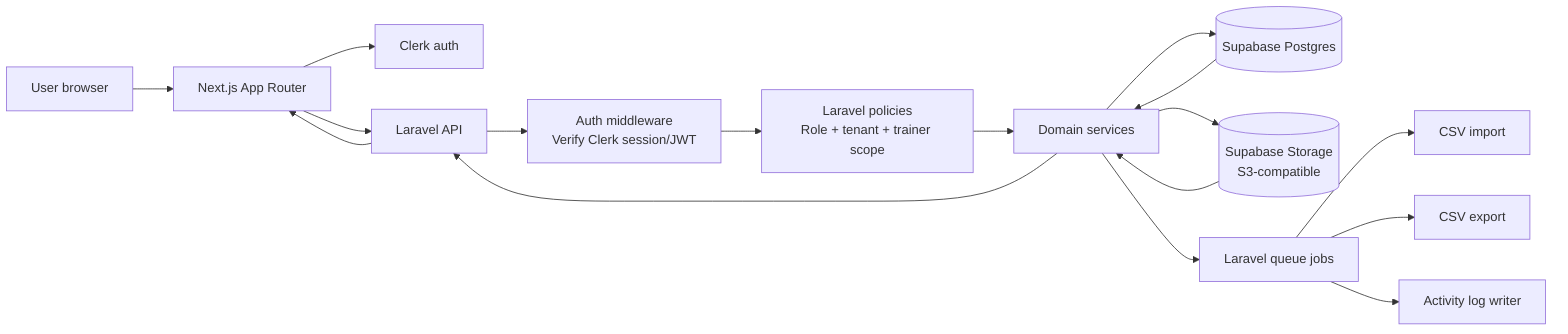
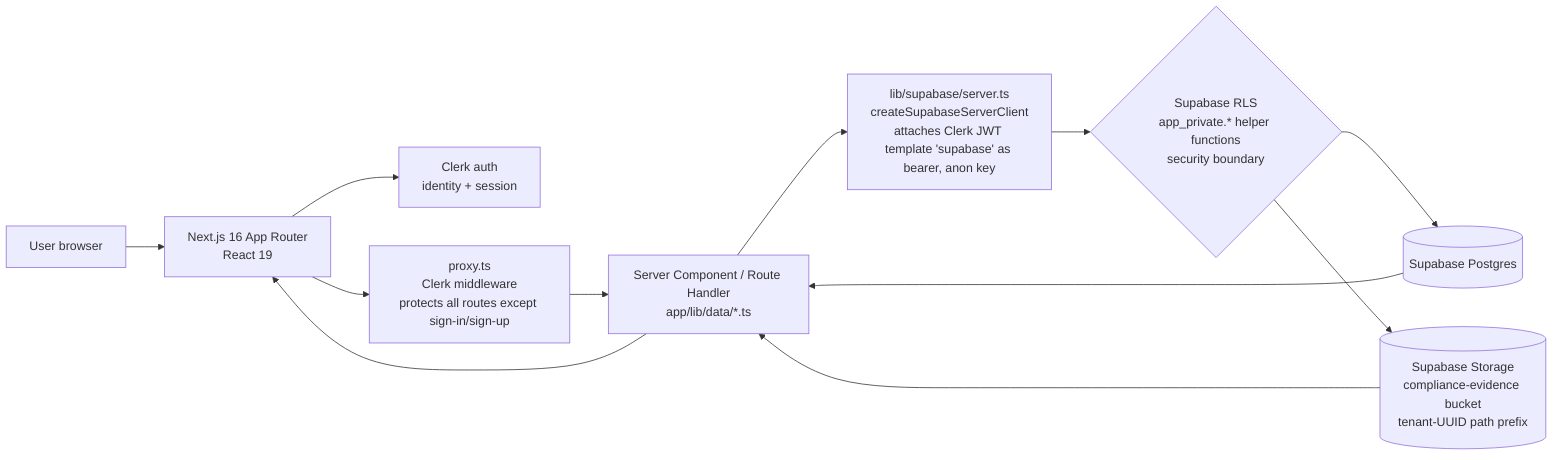
+ %% CURRENT architecture — matches CLAUDE.md "Architecture" section.
+ %% No separate backend exists. See "flowchart LR.mmd" for the future
+ %% Express.js-integration plan (TES-58, Backlog, not started).
flowchart LR
-   User[User browser] --> Next[Next.js App Router]
-   Next --> Clerk[Clerk auth]
-   Next --> API[Laravel API]
+   User[User browser] --> Next[Next.js 16 App Router<br/>React 19]
+   Next --> Clerk[Clerk auth<br/>identity + session]

-   API --> Auth[Auth middleware<br/>Verify Clerk session/JWT]
-   Auth --> Policy[Laravel policies<br/>Role + tenant + trainer scope]
+   Next --> Proxy[proxy.ts<br/>Clerk middleware<br/>protects all routes except sign-in/sign-up]
+   Proxy --> Server[Server Component / Route Handler<br/>app/lib/data/*.ts]

-   Policy --> Services[Domain services]
-   Services --> DB[(Supabase Postgres)]
-   Services --> Storage[(Supabase Storage<br/>S3-compatible)]
-   Services --> Queue[Laravel queue jobs]
+   Server --> SupaClient[lib/supabase/server.ts<br/>createSupabaseServerClient<br/>attaches Clerk JWT template 'supabase' as bearer, anon key]
+   SupaClient --> RLS{Supabase RLS<br/>app_private.* helper functions<br/>security boundary}

-   Queue --> Import[CSV import]
-   Queue --> Export[CSV export]
-   Queue --> Activity[Activity log writer]
+   RLS --> DB[(Supabase Postgres)]
+   RLS --> Storage[(Supabase Storage<br/>compliance-evidence bucket<br/>tenant-UUID path prefix)]

-   DB --> Services
-   Storage --> Services
-   Services --> API
-   API --> Next+   DB --> Server
+   Storage --> Server
+   Server --> Next
